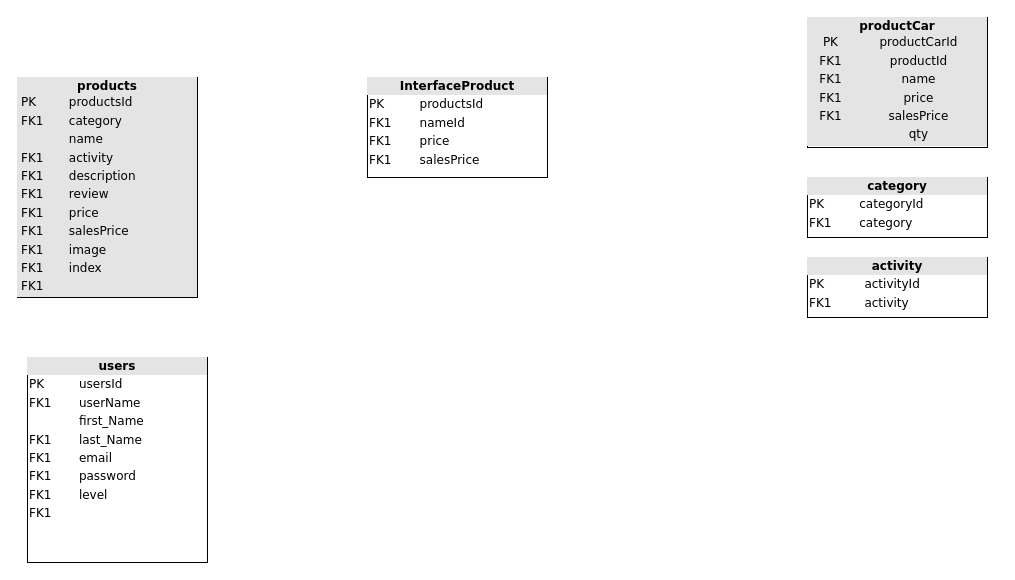
Before: EncontrateHome/Untitled Diagram.drawio in Agosdb/Grupo-dos-Encontrate-, a draw.io diagram. Source tidied: cells renumbered, new cells numbered last; positions are measured from the earlier drawing's top-left corner, leaving out a move shared by most shapes. Both pictures are drawn from the tidied source at 100%, with x=0, y=0 at pixel (17, 17).
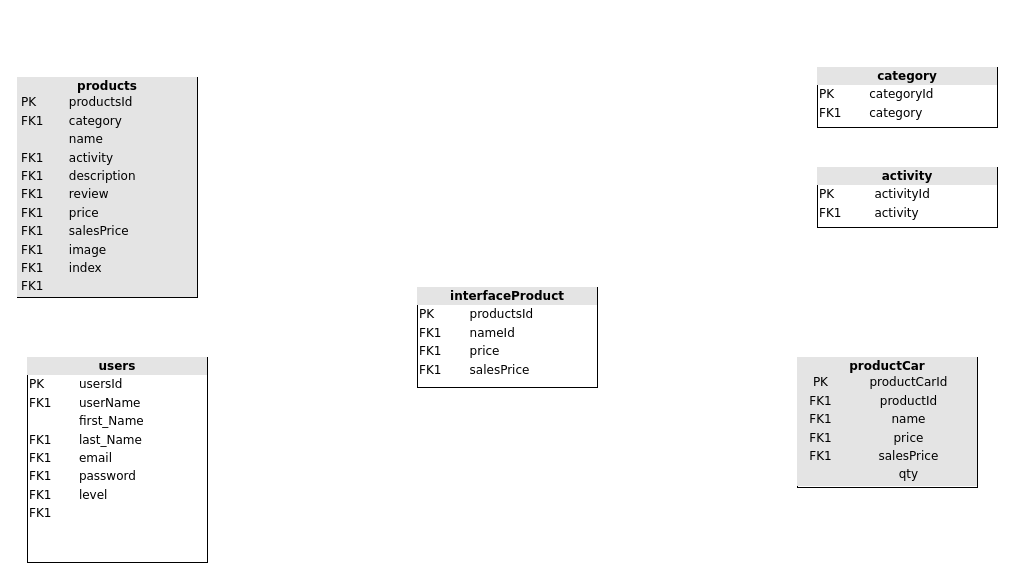
After the change.

What changed in the source:
```diff
@@
 <mxGraphModel background="#ffffff">
   <root>
     <mxCell id="0" />
     <mxCell id="1" parent="0" />
     <mxCell id="2" value="&lt;div style=&quot;text-align: center ; box-sizing: border-box ; width: 100% ; background: rgb(228 , 228 , 228) ; padding: 2px&quot;&gt;&lt;b&gt;productCar&lt;/b&gt;&lt;table cellpadding=&quot;2&quot; cellspacing=&quot;0&quot; style=&quot;font-size: 1em ; width: 100%&quot;&gt;&lt;tbody&gt;&lt;tr&gt;&lt;td&gt;PK&lt;/td&gt;&lt;td&gt;productCarId&lt;/td&gt;&lt;/tr&gt;&lt;tr&gt;&lt;td&gt;FK1&lt;/td&gt;&lt;td&gt;productId&lt;/td&gt;&lt;/tr&gt;&lt;tr&gt;&lt;td&gt;FK1&lt;/td&gt;&lt;td&gt;name&lt;/td&gt;&lt;/tr&gt;&lt;tr&gt;&lt;td&gt;FK1&lt;br&gt;&lt;/td&gt;&lt;td&gt;price&lt;br&gt;&lt;/td&gt;&lt;/tr&gt;&lt;tr&gt;&lt;td&gt;FK1&lt;br&gt;&lt;/td&gt;&lt;td&gt;salesPrice&lt;br&gt;&lt;/td&gt;&lt;/tr&gt;&lt;tr&gt;&lt;td&gt;&lt;br&gt;&lt;/td&gt;&lt;td&gt;qty&lt;br&gt;&lt;/td&gt;&lt;/tr&gt;&lt;/tbody&gt;&lt;/table&gt;&lt;/div&gt;" style="verticalAlign=top;align=left;overflow=fill;html=1;rounded=0;shadow=0;comic=0;labelBackgroundColor=none;strokeWidth=1;fontFamily=Verdana;fontSize=12;" parent="1" vertex="1">
-      <mxGeometry x="790" width="180" height="130" as="geometry" />
+      <mxGeometry x="780" y="340" width="180" height="130" as="geometry" />
     </mxCell>
     <mxCell id="3" style="edgeStyle=orthogonalEdgeStyle;html=1;labelBackgroundColor=none;startArrow=ERmandOne;endArrow=ERoneToMany;fontFamily=Verdana;fontSize=12;align=left;" parent="1" edge="1">
       <mxGeometry relative="1" as="geometry">
         <mxPoint x="160" y="520" as="sourcePoint" />
         <mxPoint x="160" y="480" as="targetPoint" />
       </mxGeometry>
     </mxCell>
     <mxCell id="4" value="&lt;div style=&quot;text-align: center ; box-sizing: border-box ; width: 100% ; background: rgb(228 , 228 , 228) ; padding: 2px&quot;&gt;&lt;b&gt;users&lt;/b&gt;&lt;/div&gt;&lt;table style=&quot;width: 100% ; font-size: 1em&quot; cellpadding=&quot;2&quot; cellspacing=&quot;0&quot;&gt;&lt;tbody&gt;&lt;tr&gt;&lt;td&gt;PK&lt;br&gt;&lt;/td&gt;&lt;td&gt;usersId&lt;/td&gt;&lt;/tr&gt;&lt;tr&gt;&lt;td&gt;FK1&lt;/td&gt;&lt;td&gt;userName&lt;/td&gt;&lt;/tr&gt;&lt;tr&gt;&lt;td&gt;&lt;/td&gt;&lt;td&gt;first_Name&lt;/td&gt;&lt;/tr&gt;&lt;tr&gt;&lt;td&gt;FK1&lt;br&gt;&lt;/td&gt;&lt;td&gt;last_Name&lt;br&gt;&lt;/td&gt;&lt;/tr&gt;&lt;tr&gt;&lt;td&gt;FK1&lt;br&gt;&lt;/td&gt;&lt;td&gt;email&lt;br&gt;&lt;/td&gt;&lt;/tr&gt;&lt;tr&gt;&lt;td&gt;FK1&lt;br&gt;&lt;/td&gt;&lt;td&gt;password&lt;br&gt;&lt;/td&gt;&lt;/tr&gt;&lt;tr&gt;&lt;td&gt;FK1&lt;br&gt;&lt;/td&gt;&lt;td&gt;level&lt;br&gt;&lt;/td&gt;&lt;/tr&gt;&lt;tr&gt;&lt;td&gt;FK1&lt;br&gt;&lt;/td&gt;&lt;td&gt;&lt;/td&gt;&lt;/tr&gt;&lt;/tbody&gt;&lt;/table&gt;" style="verticalAlign=top;align=left;overflow=fill;html=1;rounded=0;shadow=0;comic=0;labelBackgroundColor=none;strokeWidth=1;fontFamily=Verdana;fontSize=12;" parent="1" vertex="1">
       <mxGeometry x="10" y="340" width="180" height="205" as="geometry" />
     </mxCell>
     <mxCell id="5" value="&lt;div style=&quot;box-sizing: border-box ; width: 100% ; background: #e4e4e4 ; padding: 2px&quot;&gt;&lt;div style=&quot;text-align: center&quot;&gt;&lt;b&gt;products&lt;/b&gt;&lt;/div&gt;&lt;table cellpadding=&quot;2&quot; cellspacing=&quot;0&quot; style=&quot;font-size: 1em ; width: 100%&quot;&gt;&lt;tbody&gt;&lt;tr&gt;&lt;td&gt;PK&lt;/td&gt;&lt;td&gt;productsId&lt;/td&gt;&lt;/tr&gt;&lt;tr&gt;&lt;td&gt;FK1&lt;/td&gt;&lt;td&gt;category&lt;/td&gt;&lt;/tr&gt;&lt;tr&gt;&lt;td&gt;&lt;/td&gt;&lt;td&gt;name&lt;/td&gt;&lt;/tr&gt;&lt;tr&gt;&lt;td&gt;FK1&lt;br&gt;&lt;/td&gt;&lt;td&gt;activity&lt;br&gt;&lt;/td&gt;&lt;/tr&gt;&lt;tr&gt;&lt;td&gt;FK1&lt;br&gt;&lt;/td&gt;&lt;td&gt;description&lt;br&gt;&lt;/td&gt;&lt;/tr&gt;&lt;tr&gt;&lt;td&gt;FK1&lt;br&gt;&lt;/td&gt;&lt;td&gt;review&lt;br&gt;&lt;/td&gt;&lt;/tr&gt;&lt;tr&gt;&lt;td&gt;FK1&lt;br&gt;&lt;/td&gt;&lt;td&gt;price&lt;br&gt;&lt;/td&gt;&lt;/tr&gt;&lt;tr&gt;&lt;td&gt;FK1&lt;br&gt;&lt;/td&gt;&lt;td&gt;salesPrice&lt;br&gt;&lt;/td&gt;&lt;/tr&gt;&lt;tr&gt;&lt;td&gt;FK1&lt;br&gt;&lt;/td&gt;&lt;td&gt;image&lt;br&gt;&lt;/td&gt;&lt;/tr&gt;&lt;tr&gt;&lt;td&gt;FK1&lt;br&gt;&lt;/td&gt;&lt;td&gt;index&lt;br&gt;&lt;/td&gt;&lt;/tr&gt;&lt;tr&gt;&lt;td&gt;FK1&lt;br&gt;&lt;/td&gt;&lt;td&gt;&lt;/td&gt;&lt;/tr&gt;&lt;/tbody&gt;&lt;/table&gt;&lt;/div&gt;" style="verticalAlign=top;align=left;overflow=fill;html=1;rounded=0;shadow=0;comic=0;labelBackgroundColor=none;strokeWidth=1;fontFamily=Verdana;fontSize=12;" parent="1" vertex="1">
       <mxGeometry y="60" width="180" height="220" as="geometry" />
     </mxCell>
     <mxCell id="6" value="&lt;div style=&quot;text-align: center ; box-sizing: border-box ; width: 100% ; background: rgb(228 , 228 , 228) ; padding: 2px&quot;&gt;&lt;b&gt;activity&lt;/b&gt;&lt;/div&gt;&lt;table style=&quot;width: 100% ; font-size: 1em&quot; cellpadding=&quot;2&quot; cellspacing=&quot;0&quot;&gt;&lt;tbody&gt;&lt;tr&gt;&lt;td&gt;PK&lt;/td&gt;&lt;td&gt;activityId&lt;/td&gt;&lt;/tr&gt;&lt;tr&gt;&lt;td&gt;FK1&lt;/td&gt;&lt;td&gt;activity&lt;/td&gt;&lt;/tr&gt;&lt;tr&gt;&lt;td&gt;&lt;/td&gt;&lt;td&gt;&lt;br&gt;&lt;/td&gt;&lt;/tr&gt;&lt;/tbody&gt;&lt;/table&gt;" style="verticalAlign=top;align=left;overflow=fill;html=1;rounded=0;shadow=0;comic=0;labelBackgroundColor=none;strokeWidth=1;fontFamily=Verdana;fontSize=12;" parent="1" vertex="1">
-      <mxGeometry x="790" y="240" width="180" height="60" as="geometry" />
+      <mxGeometry x="800" y="150" width="180" height="60" as="geometry" />
     </mxCell>
     <mxCell id="7" value="&lt;div style=&quot;text-align: center ; box-sizing: border-box ; width: 100% ; background: rgb(228 , 228 , 228) ; padding: 2px&quot;&gt;&lt;b&gt;category&lt;/b&gt;&lt;/div&gt;&lt;table style=&quot;width: 100% ; font-size: 1em&quot; cellpadding=&quot;2&quot; cellspacing=&quot;0&quot;&gt;&lt;tbody&gt;&lt;tr&gt;&lt;td&gt;PK&lt;/td&gt;&lt;td&gt;categoryId&lt;/td&gt;&lt;/tr&gt;&lt;tr&gt;&lt;td&gt;FK1&lt;/td&gt;&lt;td&gt;category&lt;/td&gt;&lt;/tr&gt;&lt;tr&gt;&lt;td&gt;&lt;/td&gt;&lt;td&gt;&lt;br&gt;&lt;/td&gt;&lt;/tr&gt;&lt;/tbody&gt;&lt;/table&gt;" style="verticalAlign=top;align=left;overflow=fill;html=1;rounded=0;shadow=0;comic=0;labelBackgroundColor=none;strokeWidth=1;fontFamily=Verdana;fontSize=12;" parent="1" vertex="1">
-      <mxGeometry x="790" y="160" width="180" height="60" as="geometry" />
+      <mxGeometry x="800" y="50" width="180" height="60" as="geometry" />
     </mxCell>
     <mxCell id="8" style="edgeStyle=orthogonalEdgeStyle;rounded=0;orthogonalLoop=1;jettySize=auto;html=1;exitX=0.5;exitY=1;exitDx=0;exitDy=0;" parent="1" edge="1" source="5" target="5">
       <mxGeometry relative="1" as="geometry" />
     </mxCell>
-    <mxCell id="9" value="&lt;div style=&quot;text-align: center ; box-sizing: border-box ; width: 100% ; background: rgb(228 , 228 , 228) ; padding: 2px&quot;&gt;&lt;b&gt;InterfaceProduct&lt;/b&gt;&lt;/div&gt;&lt;table style=&quot;width: 100% ; font-size: 1em&quot; cellpadding=&quot;2&quot; cellspacing=&quot;0&quot;&gt;&lt;tbody&gt;&lt;tr&gt;&lt;td&gt;PK&lt;br&gt;&lt;/td&gt;&lt;td&gt;productsId&lt;/td&gt;&lt;/tr&gt;&lt;tr&gt;&lt;td&gt;FK1&lt;/td&gt;&lt;td&gt;nameId&lt;/td&gt;&lt;/tr&gt;&lt;tr&gt;&lt;td&gt;FK1&lt;/td&gt;&lt;td&gt;price&lt;/td&gt;&lt;/tr&gt;&lt;tr&gt;&lt;td&gt;FK1&lt;br&gt;&lt;/td&gt;&lt;td&gt;salesPrice&lt;br&gt;&lt;/td&gt;&lt;/tr&gt;&lt;tr&gt;&lt;td&gt;&lt;br&gt;&lt;/td&gt;&lt;td&gt;&lt;/td&gt;&lt;/tr&gt;&lt;/tbody&gt;&lt;/table&gt;" style="verticalAlign=top;align=left;overflow=fill;html=1;rounded=0;shadow=0;comic=0;labelBackgroundColor=none;strokeWidth=1;fontFamily=Verdana;fontSize=12;" parent="1" vertex="1">
-      <mxGeometry x="350" y="60" width="180" height="100" as="geometry" />
+    <mxCell id="9" value="&lt;div style=&quot;text-align: center ; box-sizing: border-box ; width: 100% ; background: rgb(228 , 228 , 228) ; padding: 2px&quot;&gt;&lt;b&gt;interfaceProduct&lt;/b&gt;&lt;/div&gt;&lt;table style=&quot;width: 100% ; font-size: 1em&quot; cellpadding=&quot;2&quot; cellspacing=&quot;0&quot;&gt;&lt;tbody&gt;&lt;tr&gt;&lt;td&gt;PK&lt;br&gt;&lt;/td&gt;&lt;td&gt;productsId&lt;/td&gt;&lt;/tr&gt;&lt;tr&gt;&lt;td&gt;FK1&lt;/td&gt;&lt;td&gt;nameId&lt;/td&gt;&lt;/tr&gt;&lt;tr&gt;&lt;td&gt;FK1&lt;/td&gt;&lt;td&gt;price&lt;/td&gt;&lt;/tr&gt;&lt;tr&gt;&lt;td&gt;FK1&lt;br&gt;&lt;/td&gt;&lt;td&gt;salesPrice&lt;br&gt;&lt;/td&gt;&lt;/tr&gt;&lt;tr&gt;&lt;td&gt;&lt;br&gt;&lt;/td&gt;&lt;td&gt;&lt;/td&gt;&lt;/tr&gt;&lt;/tbody&gt;&lt;/table&gt;" style="verticalAlign=top;align=left;overflow=fill;html=1;rounded=0;shadow=0;comic=0;labelBackgroundColor=none;strokeWidth=1;fontFamily=Verdana;fontSize=12;" parent="1" vertex="1">
+      <mxGeometry x="400" y="270" width="180" height="100" as="geometry" />
     </mxCell>
   </root>
 </mxGraphModel>
```
